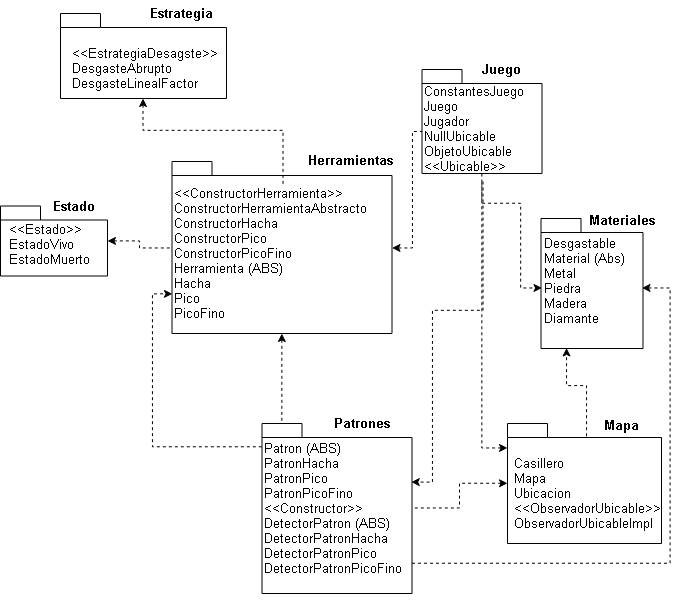
This is Diagramas UML/DiagramaPaquetesFinal.png from martinaAgata/AlgoCraft, a draw.io export, as it was before one commit. Source tidied: cells renumbered, new cells last; positions are measured from the earlier drawing's top-left corner, leaving out a move shared by most shapes.
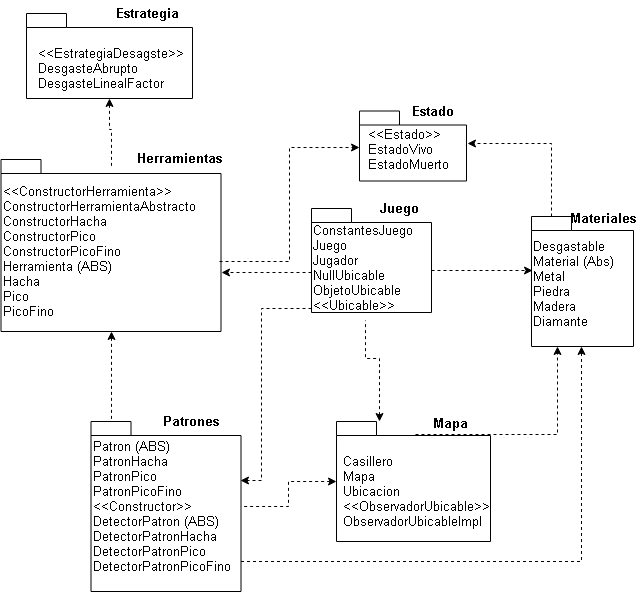
Later version of the same file.

Commit message:
correccion diagrama paquetes

Diff of the diagram source:
```diff
@@ -2,23 +2,9 @@
   <root>
     <mxCell id="0" />
     <mxCell id="1" parent="0" />
-    <mxCell id="2" style="edgeStyle=orthogonalEdgeStyle;rounded=0;jettySize=auto;html=1;startArrow=classic;startFill=1;endArrow=none;endFill=0;dashed=1;" parent="1" edge="1" source="3" target="6">
-      <mxGeometry relative="1" as="geometry" />
-    </mxCell>
-    <mxCell id="3" style="shape=folder;fontStyle=1;spacingTop=10;tabWidth=40;tabHeight=14;tabPosition=left;html=1;" parent="1" vertex="1">
-      <mxGeometry y="205.5" width="107" height="70" as="geometry" />
-    </mxCell>
     <mxCell id="4" style="edgeStyle=orthogonalEdgeStyle;rounded=0;jettySize=auto;html=1;entryX=0;entryY=0;entryDx=20;entryDy=0;entryPerimeter=0;dashed=1;startArrow=classic;startFill=1;endArrow=none;endFill=0;fontSize=13;" parent="1" edge="1" source="6" target="16">
       <mxGeometry relative="1" as="geometry" />
     </mxCell>
-    <mxCell id="5" style="edgeStyle=orthogonalEdgeStyle;rounded=0;jettySize=auto;html=1;dashed=1;startArrow=classic;startFill=1;endArrow=none;endFill=0;fontSize=13;" parent="1" edge="1" source="6" target="27">
-      <mxGeometry relative="1" as="geometry">
-        <Array as="points">
-          <mxPoint x="412" y="247" />
-          <mxPoint x="412" y="131" />
-        </Array>
-      </mxGeometry>
-    </mxCell>
     <mxCell id="6" style="shape=folder;fontStyle=1;spacingTop=10;tabWidth=40;tabHeight=14;tabPosition=left;html=1;" parent="1" vertex="1">
       <mxGeometry x="171.5" y="161" width="220" height="172" as="geometry" />
     </mxCell>
@@ -28,7 +14,8 @@
     <mxCell id="8" style="edgeStyle=orthogonalEdgeStyle;rounded=0;jettySize=auto;html=1;dashed=1;startArrow=classic;startFill=1;endArrow=none;endFill=0;fontSize=13;" parent="1" edge="1" source="10" target="27">
       <mxGeometry relative="1" as="geometry">
         <Array as="points">
-          <mxPoint x="481.5" y="448" />
+          <mxPoint x="550" y="360" />
+          <mxPoint x="536" y="360" />
         </Array>
       </mxGeometry>
     </mxCell>
@@ -38,58 +25,47 @@
     <mxCell id="10" style="shape=folder;fontStyle=1;spacingTop=10;tabWidth=40;tabHeight=14;tabPosition=left;html=1;" parent="1" vertex="1">
       <mxGeometry x="507" y="423" width="154" height="120" as="geometry" />
     </mxCell>
-    <mxCell id="11" style="edgeStyle=orthogonalEdgeStyle;rounded=0;jettySize=auto;html=1;endArrow=none;endFill=0;startArrow=classic;startFill=1;dashed=1;entryX=0.503;entryY=0.139;entryDx=0;entryDy=0;entryPerimeter=0;" parent="1" edge="1" source="12" target="6">
-      <mxGeometry relative="1" as="geometry" />
+    <mxCell id="11" style="edgeStyle=orthogonalEdgeStyle;rounded=0;jettySize=auto;html=1;endArrow=none;endFill=0;startArrow=classic;startFill=1;dashed=1;entryX=0.502;entryY=0.052;entryDx=0;entryDy=0;entryPerimeter=0;" parent="1" edge="1" source="12" target="6">
+      <mxGeometry relative="1" as="geometry">
+        <Array as="points">
+          <mxPoint x="280" y="131" />
+          <mxPoint x="282" y="131" />
+        </Array>
+      </mxGeometry>
     </mxCell>
     <mxCell id="12" style="shape=folder;fontStyle=1;spacingTop=10;tabWidth=40;tabHeight=14;tabPosition=left;html=1;" parent="1" vertex="1">
-      <mxGeometry x="60" y="13" width="166" height="85" as="geometry" />
+      <mxGeometry x="197" y="15" width="166" height="85" as="geometry" />
     </mxCell>
+    <mxCell id="34" style="edgeStyle=orthogonalEdgeStyle;rounded=0;jettySize=auto;html=1;entryX=1.01;entryY=0.38;entryDx=0;entryDy=0;entryPerimeter=0;dashed=1;endArrow=classic;endFill=1;exitX=0;exitY=0;exitDx=20;exitDy=0;exitPerimeter=0;" parent="1" edge="1" source="13" target="22">
+      <mxGeometry relative="1" as="geometry" />
+    </mxCell>
     <mxCell id="13" style="shape=folder;fontStyle=1;spacingTop=10;tabWidth=40;tabHeight=14;tabPosition=left;html=1;" parent="1" vertex="1">
-      <mxGeometry x="540.5" y="218" width="102" height="130" as="geometry" />
+      <mxGeometry x="702" y="218" width="102" height="130" as="geometry" />
     </mxCell>
-    <mxCell id="14" style="edgeStyle=orthogonalEdgeStyle;rounded=0;jettySize=auto;html=1;dashed=1;startArrow=none;startFill=0;endArrow=classic;endFill=1;fontSize=13;entryX=0;entryY=0;entryDx=0;entryDy=132.5;entryPerimeter=0;exitX=0;exitY=0;exitDx=0;exitDy=23;exitPerimeter=0;" parent="1" edge="1" source="16" target="6">
-      <mxGeometry relative="1" as="geometry" />
-    </mxCell>
     <mxCell id="15" style="edgeStyle=orthogonalEdgeStyle;rounded=0;jettySize=auto;html=1;dashed=1;startArrow=none;startFill=0;endArrow=classic;endFill=1;fontSize=13;" parent="1" edge="1" source="16" target="20">
       <mxGeometry relative="1" as="geometry">
         <Array as="points">
-          <mxPoint x="670" y="563" />
-          <mxPoint x="670" y="288" />
+          <mxPoint x="752" y="563" />
         </Array>
       </mxGeometry>
     </mxCell>
     <mxCell id="16" style="shape=folder;fontStyle=1;spacingTop=10;tabWidth=40;tabHeight=14;tabPosition=left;html=1;" parent="1" vertex="1">
       <mxGeometry x="261.5" y="423" width="150" height="170" as="geometry" />
     </mxCell>
-    <mxCell id="17" style="edgeStyle=orthogonalEdgeStyle;rounded=0;jettySize=auto;html=1;dashed=1;startArrow=none;startFill=0;endArrow=classic;endFill=1;fontSize=13;" parent="1" edge="1" source="18" target="20">
-      <mxGeometry relative="1" as="geometry">
-        <Array as="points">
-          <mxPoint x="481" y="203" />
-          <mxPoint x="520" y="203" />
-          <mxPoint x="520" y="287" />
-        </Array>
-      </mxGeometry>
-    </mxCell>
     <mxCell id="18" style="shape=folder;fontStyle=1;spacingTop=10;tabWidth=40;tabHeight=14;tabPosition=left;html=1;" parent="1" vertex="1">
-      <mxGeometry x="421.5" y="69" width="120" height="104" as="geometry" />
+      <mxGeometry x="482" y="210" width="120" height="104" as="geometry" />
     </mxCell>
     <mxCell id="19" value="Materiales" style="text;align=center;fontStyle=1;verticalAlign=middle;spacingLeft=3;spacingRight=3;strokeColor=none;fontSize=13;" parent="1" vertex="1">
-      <mxGeometry x="581.5" y="207" width="80" height="26" as="geometry" />
+      <mxGeometry x="733.5" y="207" width="80" height="26" as="geometry" />
     </mxCell>
     <mxCell id="20" value="Desgastable&lt;br&gt;Material (Abs)&lt;br&gt;Metal&lt;br&gt;Piedra&lt;br&gt;Madera&lt;br&gt;Diamante&lt;br&gt;&lt;br&gt;" style="text;html=1;points=[];align=left;verticalAlign=top;spacingTop=-4;fontSize=13;" parent="1" vertex="1">
-      <mxGeometry x="541.5" y="233" width="100" height="110" as="geometry" />
+      <mxGeometry x="702" y="238" width="100" height="110" as="geometry" />
     </mxCell>
-    <mxCell id="21" value="Estado" style="text;align=center;fontStyle=1;verticalAlign=middle;spacingLeft=3;spacingRight=3;strokeColor=none;fontSize=13;" parent="1" vertex="1">
-      <mxGeometry x="33.5" y="193" width="80" height="26" as="geometry" />
-    </mxCell>
-    <mxCell id="22" value="&amp;lt;&amp;lt;Estado&amp;gt;&amp;gt;&lt;br&gt;EstadoVivo&lt;br&gt;EstadoMuerto&lt;br&gt;" style="text;html=1;points=[];align=left;verticalAlign=top;spacingTop=-4;fontSize=13;" parent="1" vertex="1">
-      <mxGeometry x="7" y="219" width="100" height="50" as="geometry" />
-    </mxCell>
     <mxCell id="23" value="Estrategia" style="text;align=center;fontStyle=1;verticalAlign=middle;spacingLeft=3;spacingRight=3;strokeColor=none;fontSize=13;" parent="1" vertex="1">
-      <mxGeometry x="141.5" width="80" height="26" as="geometry" />
+      <mxGeometry x="278.5" y="2" width="80" height="26" as="geometry" />
     </mxCell>
     <mxCell id="24" value="&amp;lt;&amp;lt;EstrategiaDesagste&amp;gt;&amp;gt;&lt;br&gt;DesgasteAbrupto&lt;br&gt;DesgasteLinealFactor&lt;br&gt;" style="text;html=1;align=left;verticalAlign=top;spacingTop=-4;fontSize=13;" parent="1" vertex="1">
-      <mxGeometry x="69.5" y="43" width="160" height="50" as="geometry" />
+      <mxGeometry x="206.5" y="45" width="160" height="50" as="geometry" />
     </mxCell>
     <mxCell id="25" value="Herramientas" style="text;align=center;fontStyle=1;verticalAlign=middle;spacingLeft=3;spacingRight=3;strokeColor=none;fontSize=13;" parent="1" vertex="1">
       <mxGeometry x="310.5" y="147.5" width="80" height="26" as="geometry" />
@@ -103,12 +79,28 @@
         </Array>
       </mxGeometry>
     </mxCell>
+    <mxCell id="35" style="edgeStyle=orthogonalEdgeStyle;rounded=0;jettySize=auto;html=1;entryX=0.01;entryY=0.309;entryDx=0;entryDy=0;entryPerimeter=0;endArrow=classic;endFill=1;dashed=1;" parent="1" edge="1" source="27" target="20">
+      <mxGeometry relative="1" as="geometry" />
+    </mxCell>
+    <mxCell id="36" style="edgeStyle=orthogonalEdgeStyle;rounded=0;jettySize=auto;html=1;entryX=1.002;entryY=0.657;entryDx=0;entryDy=0;entryPerimeter=0;dashed=1;endArrow=classic;endFill=1;" parent="1" edge="1" source="27" target="6">
+      <mxGeometry relative="1" as="geometry">
+        <Array as="points">
+          <mxPoint x="460" y="274" />
+          <mxPoint x="460" y="274" />
+        </Array>
+      </mxGeometry>
+    </mxCell>
     <mxCell id="27" value="ConstantesJuego&lt;br&gt;Juego&lt;br&gt;Jugador&lt;br&gt;NullUbicable&lt;br&gt;ObjetoUbicable&lt;br&gt;&amp;lt;&amp;lt;Ubicable&amp;gt;&amp;gt;&lt;br&gt;" style="text;html=1;points=[];align=left;verticalAlign=top;spacingTop=-4;fontSize=13;" parent="1" vertex="1">
-      <mxGeometry x="421.5" y="81" width="120" height="100" as="geometry" />
+      <mxGeometry x="482" y="222" width="120" height="100" as="geometry" />
     </mxCell>
     <mxCell id="28" value="Juego" style="text;align=center;fontStyle=1;verticalAlign=middle;spacingLeft=3;spacingRight=3;strokeColor=none;fontSize=13;" parent="1" vertex="1">
-      <mxGeometry x="461.5" y="56" width="80" height="26" as="geometry" />
+      <mxGeometry x="530" y="197" width="80" height="26" as="geometry" />
     </mxCell>
+    <mxCell id="37" style="edgeStyle=orthogonalEdgeStyle;rounded=0;jettySize=auto;html=1;entryX=0;entryY=0.521;entryDx=0;entryDy=0;entryPerimeter=0;dashed=1;endArrow=classic;endFill=1;" parent="1" edge="1" target="38">
+      <mxGeometry relative="1" as="geometry">
+        <mxPoint x="390" y="263" as="sourcePoint" />
+      </mxGeometry>
+    </mxCell>
     <mxCell id="29" value="&amp;lt;&amp;lt;ConstructorHerramienta&amp;gt;&amp;gt;&lt;br&gt;ConstructorHerramientaAbstracto&lt;br&gt;ConstructorHacha&lt;br&gt;ConstructorPico&lt;br&gt;ConstructorPicoFino&lt;br&gt;Herramienta (ABS)&lt;br&gt;Hacha&lt;br&gt;Pico&lt;br&gt;PicoFino&lt;br&gt;&lt;br&gt;" style="text;html=1;align=left;verticalAlign=top;spacingTop=-4;fontSize=13;" parent="1" vertex="1">
       <mxGeometry x="171.5" y="183" width="210" height="160" as="geometry" />
     </mxCell>
@@ -124,5 +116,14 @@
     <mxCell id="33" value="Mapa" style="text;align=center;fontStyle=1;verticalAlign=middle;spacingLeft=3;spacingRight=3;strokeColor=none;fontSize=13;" parent="1" vertex="1">
       <mxGeometry x="581.5" y="412" width="80" height="26" as="geometry" />
     </mxCell>
+    <mxCell id="38" style="shape=folder;fontStyle=1;spacingTop=10;tabWidth=40;tabHeight=14;tabPosition=left;html=1;" parent="1" vertex="1">
+      <mxGeometry x="530" y="112.5" width="107" height="70" as="geometry" />
+    </mxCell>
+    <mxCell id="21" value="Estado" style="text;align=center;fontStyle=1;verticalAlign=middle;spacingLeft=3;spacingRight=3;strokeColor=none;fontSize=13;" parent="1" vertex="1">
+      <mxGeometry x="563.5" y="100" width="80" height="26" as="geometry" />
+    </mxCell>
+    <mxCell id="22" value="&amp;lt;&amp;lt;Estado&amp;gt;&amp;gt;&lt;br&gt;EstadoVivo&lt;br&gt;EstadoMuerto&lt;br&gt;" style="text;html=1;points=[];align=left;verticalAlign=top;spacingTop=-4;fontSize=13;" parent="1" vertex="1">
+      <mxGeometry x="537" y="126" width="100" height="50" as="geometry" />
+    </mxCell>
   </root>
 </mxGraphModel>
```
